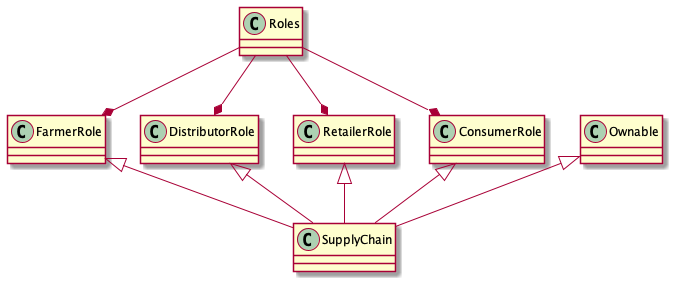
Earlier version of the PlantUML export project3-ethereum-supply-chain-n-data-auditing-dapp/res/baguette-class-diagram.png (andistoev/udacity-blockchain-developer-nanodegree--nd1309).
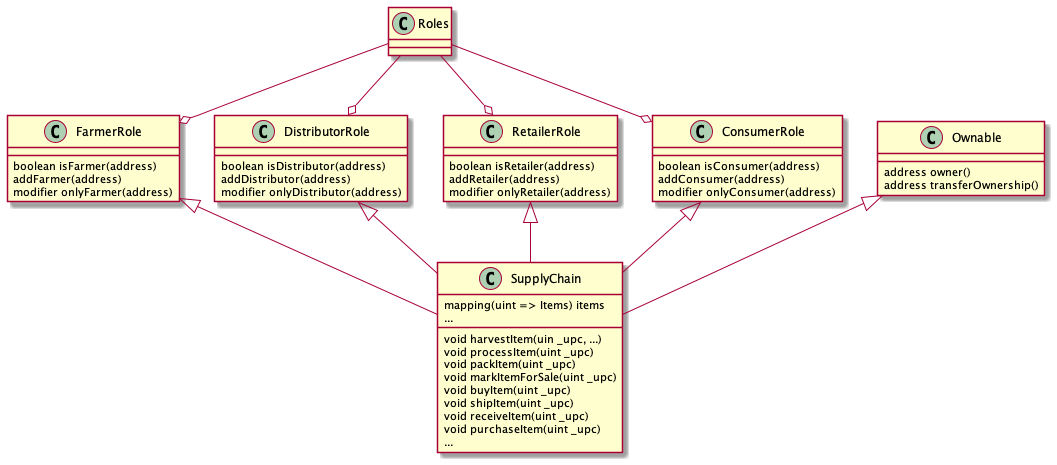
After the change.

Commit message:
- improved class diagram

The edit, as a diff of the source:
```diff
@@ -1,13 +1,56 @@
 @startuml
+
+class Ownable{
+    address owner()
+    address transferOwnership()
+}
+
+class FarmerRole{
+    boolean isFarmer(address)
+    addFarmer(address)
+    modifier onlyFarmer(address)
+}
+
+class DistributorRole{
+    boolean isDistributor(address)
+    addDistributor(address)
+    modifier onlyDistributor(address)
+}
+
+class RetailerRole{
+    boolean isRetailer(address)
+    addRetailer(address)
+    modifier onlyRetailer(address)
+}
+
+class ConsumerRole{
+    boolean isConsumer(address)
+    addConsumer(address)
+    modifier onlyConsumer(address)
+}
+
+class SupplyChain{
+    {field} mapping(uint => Items) items
+    {field} ...
+    void harvestItem(uin _upc, ...)
+    void processItem(uint _upc)
+    void packItem(uint _upc)
+    void markItemForSale(uint _upc)
+    void buyItem(uint _upc)
+    void shipItem(uint _upc)
+    void receiveItem(uint _upc)
+    void purchaseItem(uint _upc)
+    {method} ...
+}
 
 Ownable <|-- SupplyChain
 FarmerRole <|-- SupplyChain
 DistributorRole <|-- SupplyChain
 RetailerRole <|-- SupplyChain
 ConsumerRole <|-- SupplyChain
-FarmerRole *-up- Roles
-DistributorRole *-up- Roles
-RetailerRole *-up- Roles
-ConsumerRole *-up- Roles
+FarmerRole o-up- Roles
+DistributorRole o-up- Roles
+RetailerRole o-up- Roles
+ConsumerRole o-up- Roles
 
 @enduml
```
